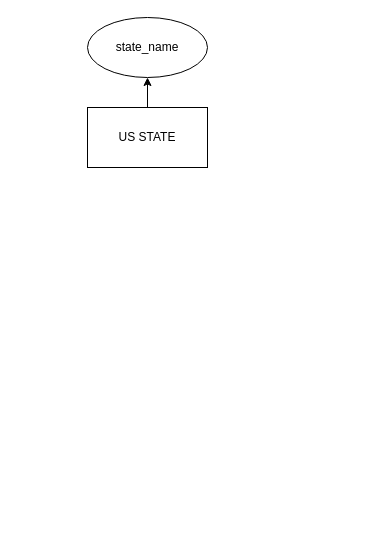
Earlier version of the draw.io diagram CS4620-Mason-HW1-Ex3_21.drawio (persons101/CS4620). Source tidied: cells renumbered, new cells numbered last; positions are measured from the earlier drawing's top-left corner, leaving out a move shared by most shapes. Both pictures are drawn from the tidied source at 100%, with x=0, y=0 at pixel (87, 17).
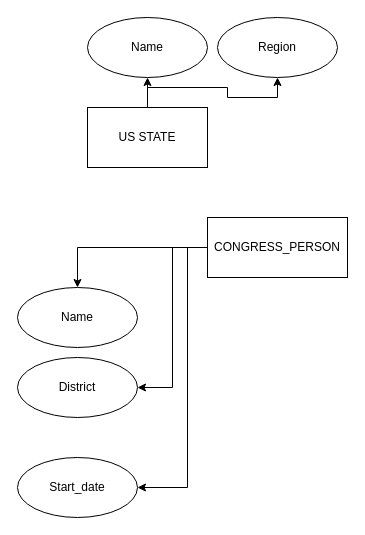
Above is the later version.

What changed in the source:
```diff
@@
 <mxGraphModel>
   <root>
     <mxCell id="0" />
     <mxCell id="1" parent="0" />
     <mxCell id="2" style="rounded=0;jettySize=auto;html=1;exitX=0.5;exitY=0;exitDx=0;exitDy=0;entryX=0.5;entryY=1;entryDx=0;entryDy=0;shape=wire;dashed=1;" parent="1" edge="1" source="3" target="4">
       <mxGeometry relative="1" as="geometry" />
     </mxCell>
+    <mxCell id="5" style="edgeStyle=orthogonalEdgeStyle;rounded=0;jettySize=auto;html=1;exitX=0.5;exitY=0;exitDx=0;exitDy=0;entryX=0.5;entryY=1;entryDx=0;entryDy=0;" parent="1" edge="1" source="3" target="6">
+      <mxGeometry relative="1" as="geometry" />
+    </mxCell>
     <mxCell id="3" value="US STATE" style="rounded=0;whiteSpace=wrap;html=1;" parent="1" vertex="1">
       <mxGeometry y="90" width="120" height="60" as="geometry" />
     </mxCell>
-    <mxCell id="4" value="state_name" style="ellipse;whiteSpace=wrap;html=1;" parent="1" vertex="1">
+    <mxCell id="4" value="Name" style="ellipse;whiteSpace=wrap;html=1;" parent="1" vertex="1">
       <mxGeometry width="120" height="60" as="geometry" />
     </mxCell>
+    <mxCell id="6" value="Region" style="ellipse;whiteSpace=wrap;html=1;" parent="1" vertex="1">
+      <mxGeometry x="130" width="120" height="60" as="geometry" />
+    </mxCell>
+    <mxCell id="7" style="edgeStyle=orthogonalEdgeStyle;rounded=0;jettySize=auto;html=1;exitX=0;exitY=0.5;exitDx=0;exitDy=0;entryX=0.5;entryY=0;entryDx=0;entryDy=0;" parent="1" edge="1" source="10" target="11">
+      <mxGeometry relative="1" as="geometry" />
+    </mxCell>
+    <mxCell id="8" style="edgeStyle=orthogonalEdgeStyle;rounded=0;jettySize=auto;html=1;exitX=0;exitY=0.5;exitDx=0;exitDy=0;entryX=1;entryY=0.5;entryDx=0;entryDy=0;" parent="1" edge="1" source="10" target="12">
+      <mxGeometry relative="1" as="geometry" />
+    </mxCell>
+    <mxCell id="9" style="edgeStyle=orthogonalEdgeStyle;rounded=0;jettySize=auto;html=1;exitX=0;exitY=0.5;exitDx=0;exitDy=0;entryX=1;entryY=0.5;entryDx=0;entryDy=0;" parent="1" edge="1" source="10" target="13">
+      <mxGeometry relative="1" as="geometry">
+        <Array as="points">
+          <mxPoint x="100" y="230" />
+          <mxPoint x="100" y="470" />
+        </Array>
+      </mxGeometry>
+    </mxCell>
+    <mxCell id="10" value="CONGRESS_PERSON" style="rounded=0;whiteSpace=wrap;html=1;" parent="1" vertex="1">
+      <mxGeometry x="120" y="200" width="140" height="60" as="geometry" />
+    </mxCell>
+    <mxCell id="11" value="Name" style="ellipse;whiteSpace=wrap;html=1;" parent="1" vertex="1">
+      <mxGeometry x="-70" y="270" width="120" height="60" as="geometry" />
+    </mxCell>
+    <mxCell id="12" value="District" style="ellipse;whiteSpace=wrap;html=1;" parent="1" vertex="1">
+      <mxGeometry x="-70" y="340" width="120" height="60" as="geometry" />
+    </mxCell>
+    <mxCell id="13" value="Start_date" style="ellipse;whiteSpace=wrap;html=1;" parent="1" vertex="1">
+      <mxGeometry x="-70" y="440" width="120" height="60" as="geometry" />
+    </mxCell>
   </root>
 </mxGraphModel>
```
